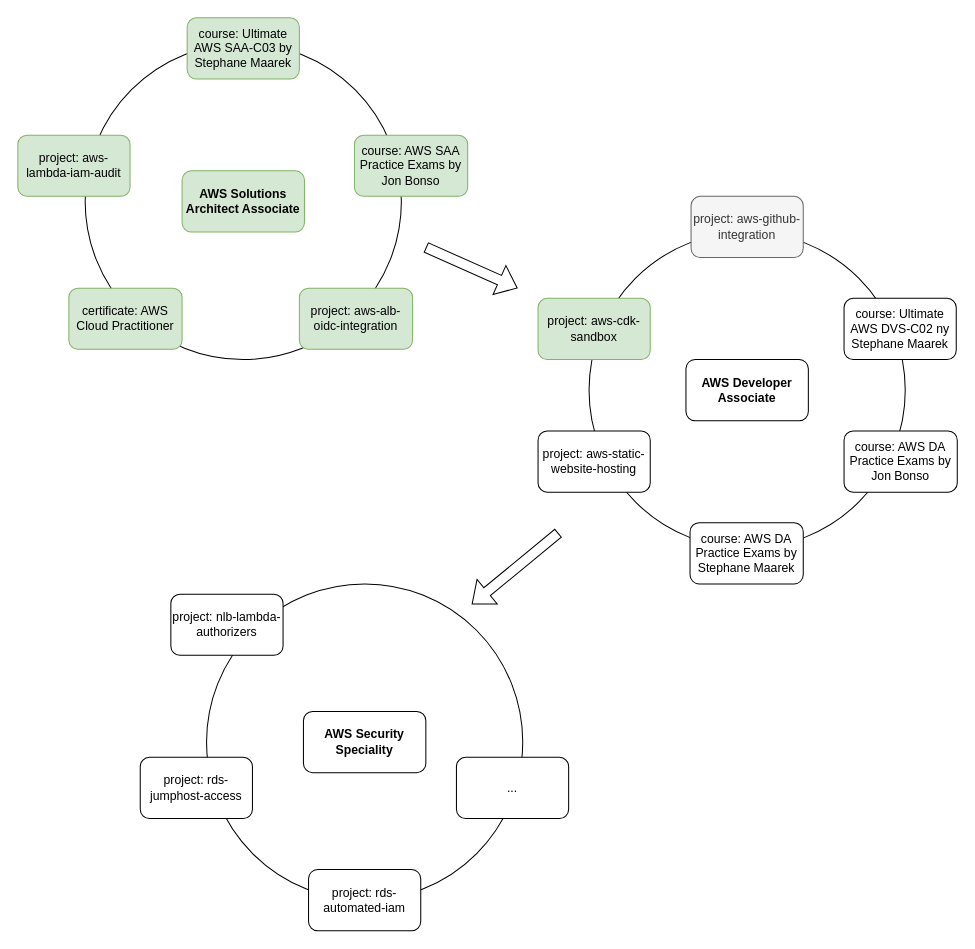
Above: platform_journey.drawio in mykingdomforapawn/software-architecture-journey (draw.io), before the change. Source tidied: cells renumbered, new cells numbered last; positions are measured from the earlier drawing's top-left corner, leaving out a move shared by most shapes. Both pictures are drawn from the tidied source at 102%, with x=0, y=0 at pixel (17, 17).
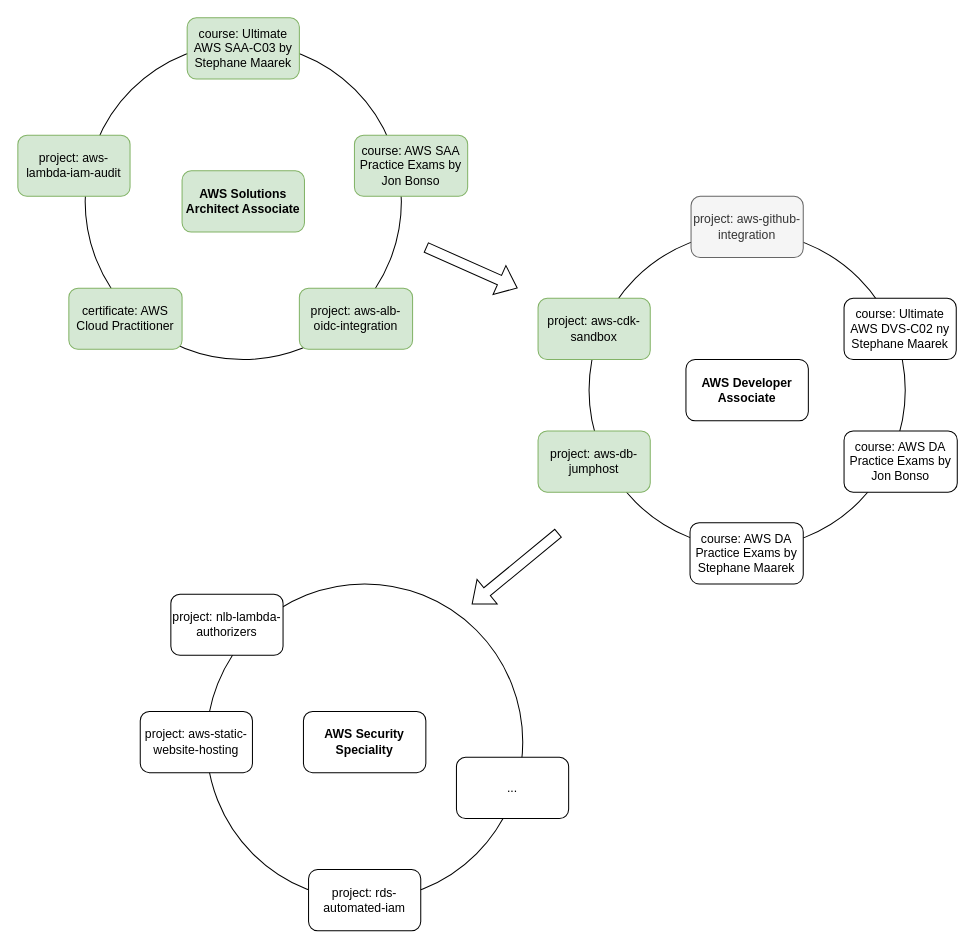
After the change.

Change to the diagram source:
```diff
@@
     <mxCell id="6" value="project: aws-static-website-hosting" style="rounded=1;whiteSpace=wrap;html=1;" parent="1" vertex="1">
-      <mxGeometry x="510" y="405" width="110" height="60" as="geometry" />
+      <mxGeometry x="120" y="680" width="110" height="60" as="geometry" />
     </mxCell>
@@
-    <mxCell id="23" value="project: rds-jumphost-access" style="rounded=1;whiteSpace=wrap;html=1;" parent="1" vertex="1">
-      <mxGeometry x="120" y="725" width="110" height="60" as="geometry" />
+    <mxCell id="23" value="project: aws-db-jumphost" style="rounded=1;whiteSpace=wrap;html=1;fillColor=#d5e8d4;strokeColor=#82b366;" parent="1" vertex="1">
+      <mxGeometry x="510" y="405" width="110" height="60" as="geometry" />
     </mxCell>
```
